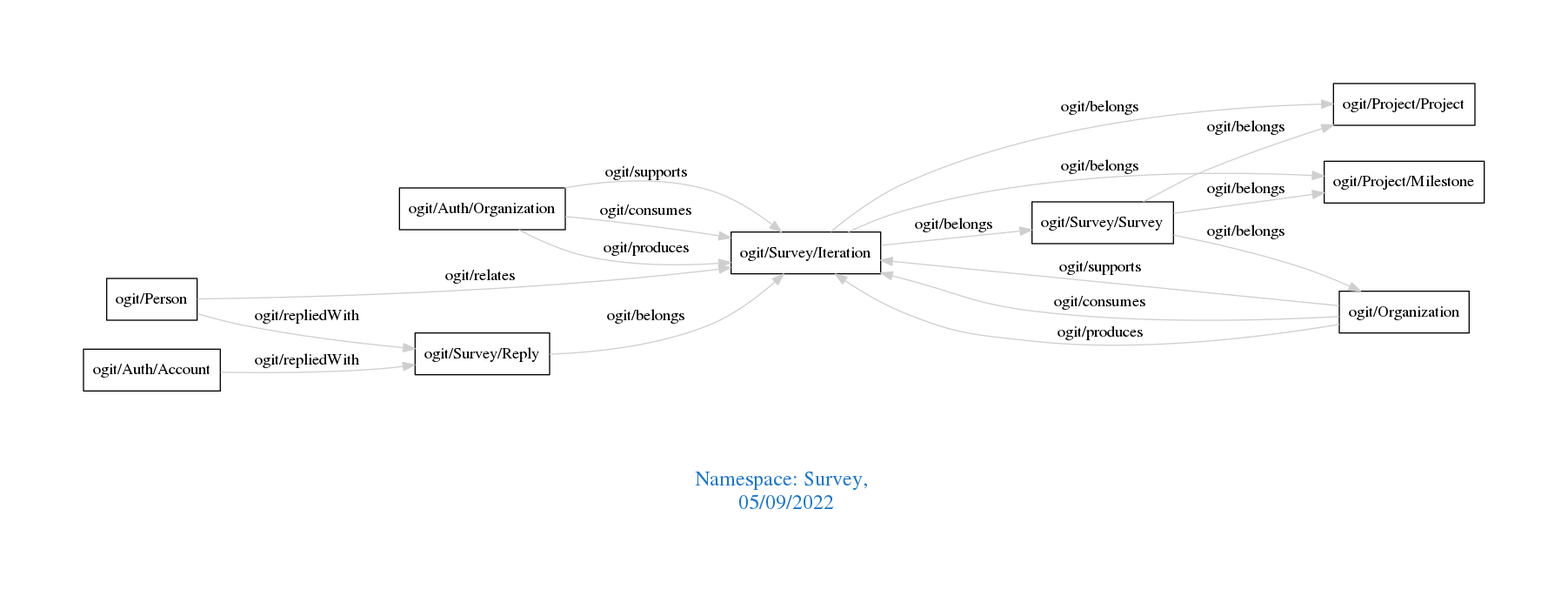
This is downloads/Survey.png from arago/OGIT, a Graphviz export, as it was before one commit. Its source is kept beside it as downloads/Survey.dot.
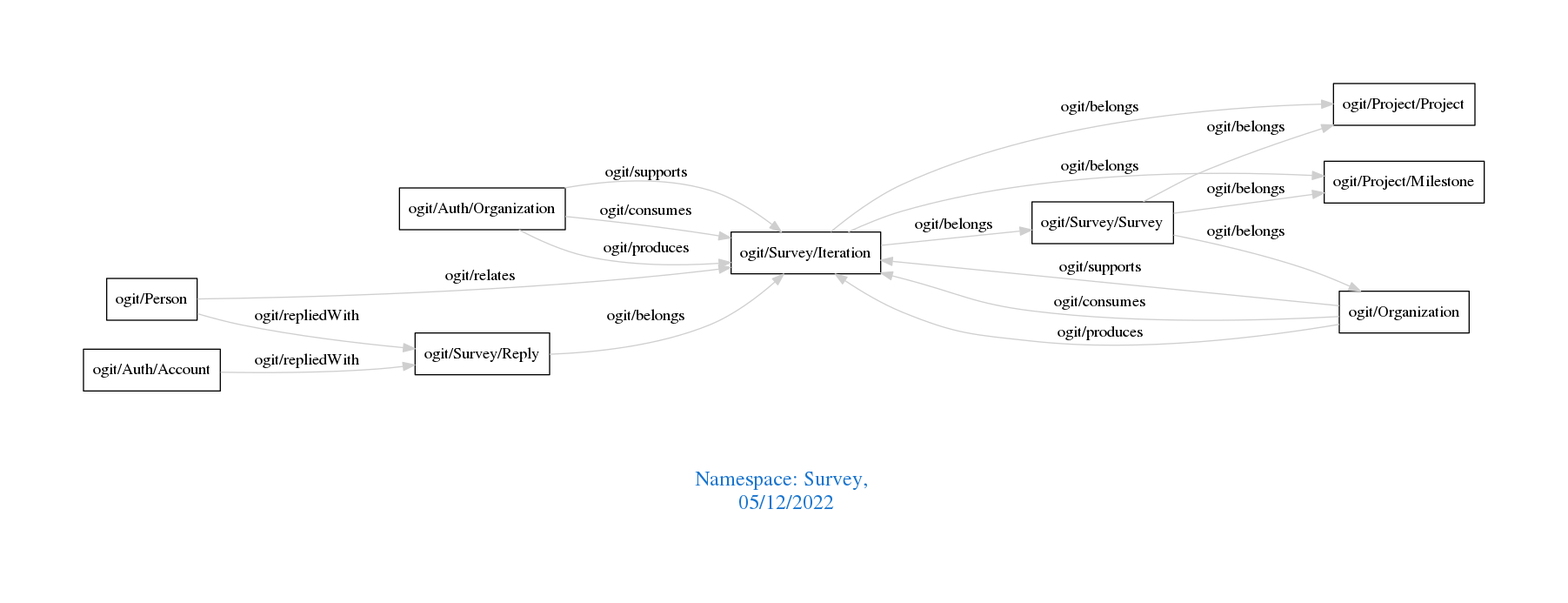
Above is the later version.

Diff of the diagram source:
```diff
@@ -1,7 +1,7 @@
 digraph OGIT_ontology {
  graph [ rankdir= LR,pad=1
 fontsize = 18,
-fontcolor= dodgerblue3,label = "\n\n\nNamespace: Survey, \n 05/09/2022"];
+fontcolor= dodgerblue3,label = "\n\n\nNamespace: Survey, \n 05/12/2022"];
 node[shape=polygon];
 edge [  color="gray81"];
 
```
